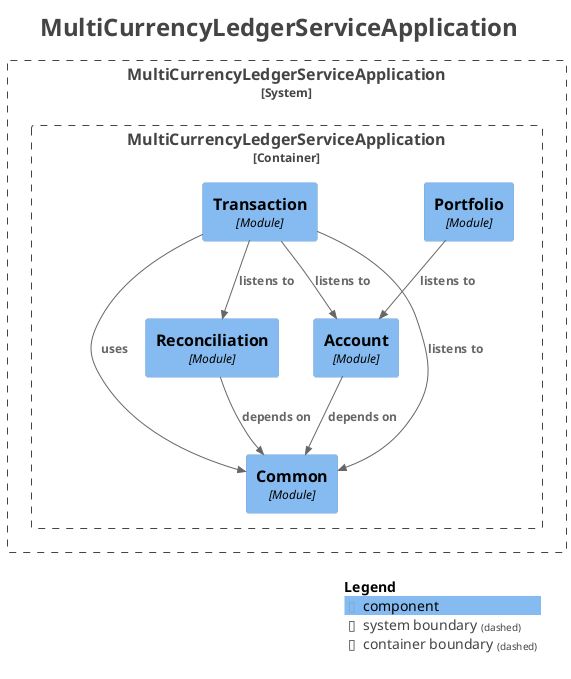
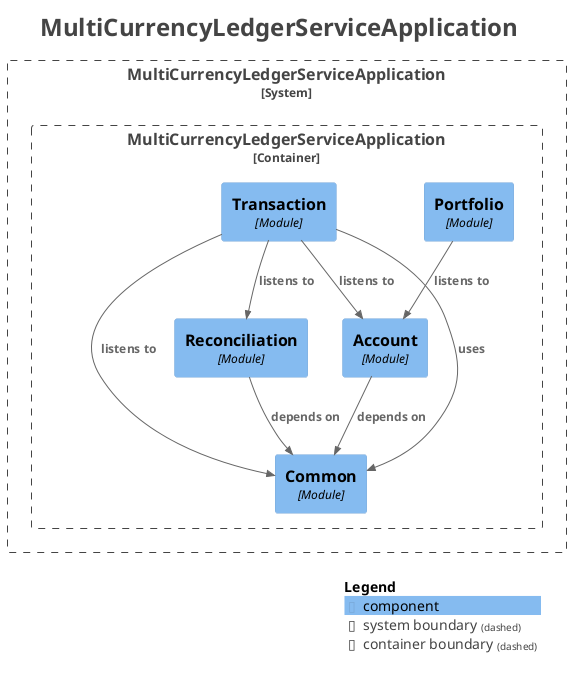
@startuml
title <size:24>MultiCurrencyLedgerServiceApplication</size>

set separator none
top to bottom direction

<style>
  root {
    BackgroundColor: #ffffff
    FontColor: #444444
  }
</style>

!include <C4/C4>
!include <C4/C4_Context>
!include <C4/C4_Component>

System_Boundary("MultiCurrencyLedgerServiceApplication_boundary", "MultiCurrencyLedgerServiceApplication", $tags="") {
  Container_Boundary("MultiCurrencyLedgerServiceApplication.MultiCurrencyLedgerServiceApplication_boundary", "MultiCurrencyLedgerServiceApplication", $tags="") {
    Component(MultiCurrencyLedgerServiceApplication.MultiCurrencyLedgerServiceApplication.Common, "Common", $techn="Module", $descr="", $tags="", $link="")
    Component(MultiCurrencyLedgerServiceApplication.MultiCurrencyLedgerServiceApplication.Account, "Account", $techn="Module", $descr="", $tags="", $link="")
    Component(MultiCurrencyLedgerServiceApplication.MultiCurrencyLedgerServiceApplication.Reconciliation, "Reconciliation", $techn="Module", $descr="", $tags="", $link="")
    Component(MultiCurrencyLedgerServiceApplication.MultiCurrencyLedgerServiceApplication.Portfolio, "Portfolio", $techn="Module", $descr="", $tags="", $link="")
    Component(MultiCurrencyLedgerServiceApplication.MultiCurrencyLedgerServiceApplication.Transaction, "Transaction", $techn="Module", $descr="", $tags="", $link="")
  }

}

- Rel(MultiCurrencyLedgerServiceApplication.MultiCurrencyLedgerServiceApplication.Transaction, MultiCurrencyLedgerServiceApplication.MultiCurrencyLedgerServiceApplication.Common, "listens to", $techn="", $tags="", $link="")
- Rel(MultiCurrencyLedgerServiceApplication.MultiCurrencyLedgerServiceApplication.Transaction, MultiCurrencyLedgerServiceApplication.MultiCurrencyLedgerServiceApplication.Account, "listens to", $techn="", $tags="", $link="")
Rel(MultiCurrencyLedgerServiceApplication.MultiCurrencyLedgerServiceApplication.Transaction, MultiCurrencyLedgerServiceApplication.MultiCurrencyLedgerServiceApplication.Reconciliation, "listens to", $techn="", $tags="", $link="")
Rel(MultiCurrencyLedgerServiceApplication.MultiCurrencyLedgerServiceApplication.Transaction, MultiCurrencyLedgerServiceApplication.MultiCurrencyLedgerServiceApplication.Common, "uses", $techn="", $tags="", $link="")
Rel(MultiCurrencyLedgerServiceApplication.MultiCurrencyLedgerServiceApplication.Account, MultiCurrencyLedgerServiceApplication.MultiCurrencyLedgerServiceApplication.Common, "depends on", $techn="", $tags="", $link="")
+ Rel(MultiCurrencyLedgerServiceApplication.MultiCurrencyLedgerServiceApplication.Portfolio, MultiCurrencyLedgerServiceApplication.MultiCurrencyLedgerServiceApplication.Account, "listens to", $techn="", $tags="", $link="")
Rel(MultiCurrencyLedgerServiceApplication.MultiCurrencyLedgerServiceApplication.Reconciliation, MultiCurrencyLedgerServiceApplication.MultiCurrencyLedgerServiceApplication.Common, "depends on", $techn="", $tags="", $link="")
- Rel(MultiCurrencyLedgerServiceApplication.MultiCurrencyLedgerServiceApplication.Portfolio, MultiCurrencyLedgerServiceApplication.MultiCurrencyLedgerServiceApplication.Account, "listens to", $techn="", $tags="", $link="")
+ Rel(MultiCurrencyLedgerServiceApplication.MultiCurrencyLedgerServiceApplication.Transaction, MultiCurrencyLedgerServiceApplication.MultiCurrencyLedgerServiceApplication.Common, "listens to", $techn="", $tags="", $link="")
+ Rel(MultiCurrencyLedgerServiceApplication.MultiCurrencyLedgerServiceApplication.Transaction, MultiCurrencyLedgerServiceApplication.MultiCurrencyLedgerServiceApplication.Account, "listens to", $techn="", $tags="", $link="")

SHOW_LEGEND(true)
hide stereotypes
@enduml